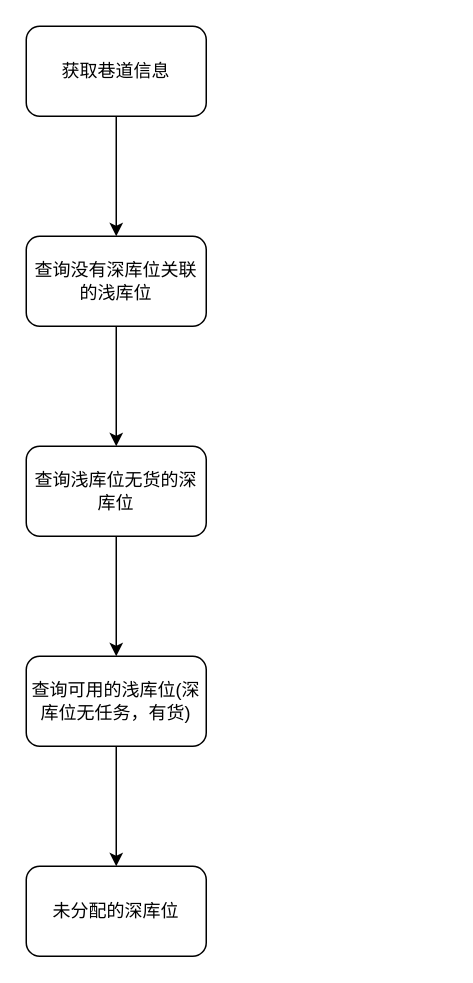
chenjunx/designpattern keeps this draw.io diagram as 默认双深入库策略.drawio. Above is the earlier version. Source tidied: cells renumbered, new cells numbered last; positions are measured from the earlier drawing's top-left corner, leaving out a move shared by most shapes. Both pictures are drawn from the tidied source at 150%, with x=0, y=0 at pixel (26, 26).
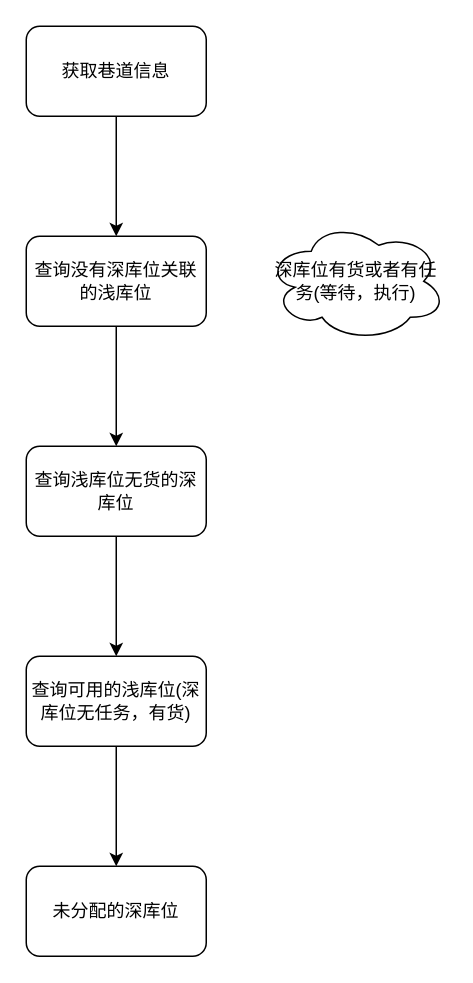
Above is the later version.

Commit message (it also covers changes not shown here):
更新默认双深入库策略.drawio

What changed in the source:
```diff
@@
 <mxGraphModel>
   <root>
     <mxCell id="0" />
     <mxCell id="1" parent="0" />
     <mxCell id="2" style="edgeStyle=orthogonalEdgeStyle;rounded=1;jettySize=auto;html=1;" parent="1" edge="1" source="3" target="5">
       <mxGeometry relative="1" as="geometry" />
     </mxCell>
     <mxCell id="3" value="获取巷道信息" style="rounded=1;whiteSpace=wrap;html=1;" parent="1" vertex="1">
       <mxGeometry width="120" height="60" as="geometry" />
     </mxCell>
     <mxCell id="4" style="edgeStyle=orthogonalEdgeStyle;rounded=1;jettySize=auto;html=1;" parent="1" edge="1" source="5" target="7">
       <mxGeometry relative="1" as="geometry" />
     </mxCell>
     <mxCell id="5" value="查询没有深库位关联的浅库位" style="rounded=1;whiteSpace=wrap;html=1;" parent="1" vertex="1">
       <mxGeometry y="140" width="120" height="60" as="geometry" />
     </mxCell>
     <mxCell id="6" style="edgeStyle=orthogonalEdgeStyle;rounded=1;jettySize=auto;html=1;" parent="1" edge="1" source="7" target="9">
       <mxGeometry relative="1" as="geometry" />
     </mxCell>
     <mxCell id="7" value="查询浅库位无货的深库位" style="rounded=1;whiteSpace=wrap;html=1;" parent="1" vertex="1">
       <mxGeometry y="280" width="120" height="60" as="geometry" />
     </mxCell>
     <mxCell id="8" style="edgeStyle=orthogonalEdgeStyle;rounded=1;jettySize=auto;html=1;" parent="1" edge="1" source="9" target="10">
       <mxGeometry relative="1" as="geometry" />
     </mxCell>
     <mxCell id="9" value="查询可用的浅库位(深库位无任务，有货)" style="rounded=1;whiteSpace=wrap;html=1;" parent="1" vertex="1">
       <mxGeometry y="420" width="120" height="60" as="geometry" />
     </mxCell>
     <mxCell id="10" value="未分配的深库位" style="rounded=1;whiteSpace=wrap;html=1;" parent="1" vertex="1">
       <mxGeometry y="560" width="120" height="60" as="geometry" />
     </mxCell>
+    <mxCell id="11" value="深库位有货或者有任务(等待，执行)" style="ellipse;shape=cloud;whiteSpace=wrap;html=1;rounded=1;" parent="1" vertex="1">
+      <mxGeometry x="160" y="130" width="120" height="80" as="geometry" />
+    </mxCell>
   </root>
 </mxGraphModel>
```
